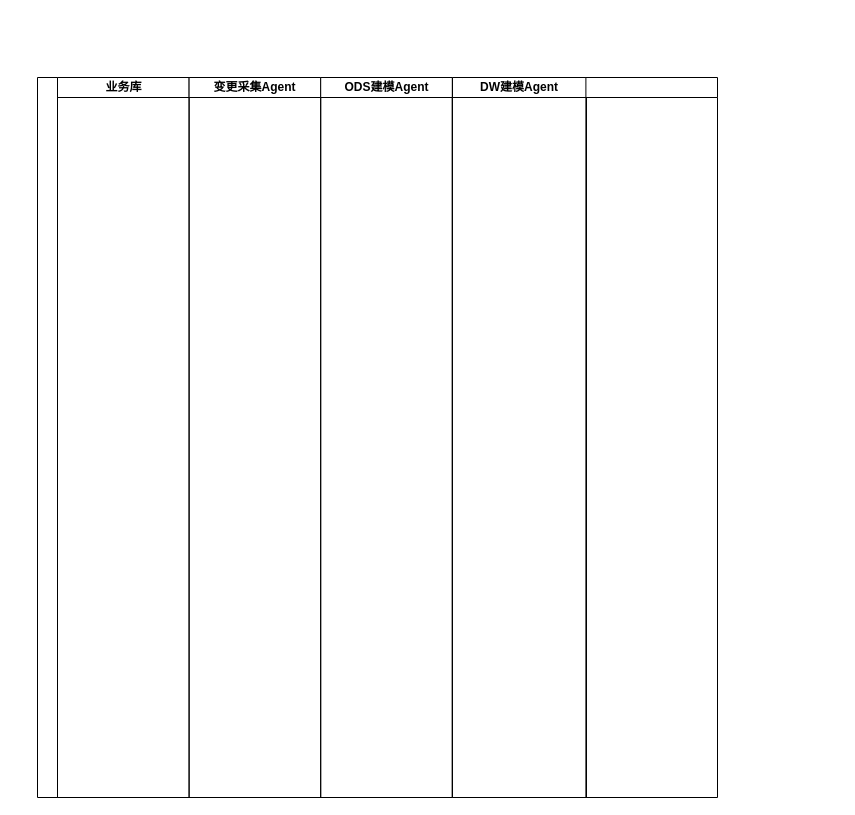
Earlier version of the draw.io diagram biz_flow/智能建模业务流程图.drawio (hlld3344/diagrams). Source tidied: cells renumbered, new cells numbered last; positions are measured from the earlier drawing's top-left corner, leaving out a move shared by most shapes. Both pictures are drawn from the tidied source at 100%, with x=0, y=0 at pixel (37, 77).
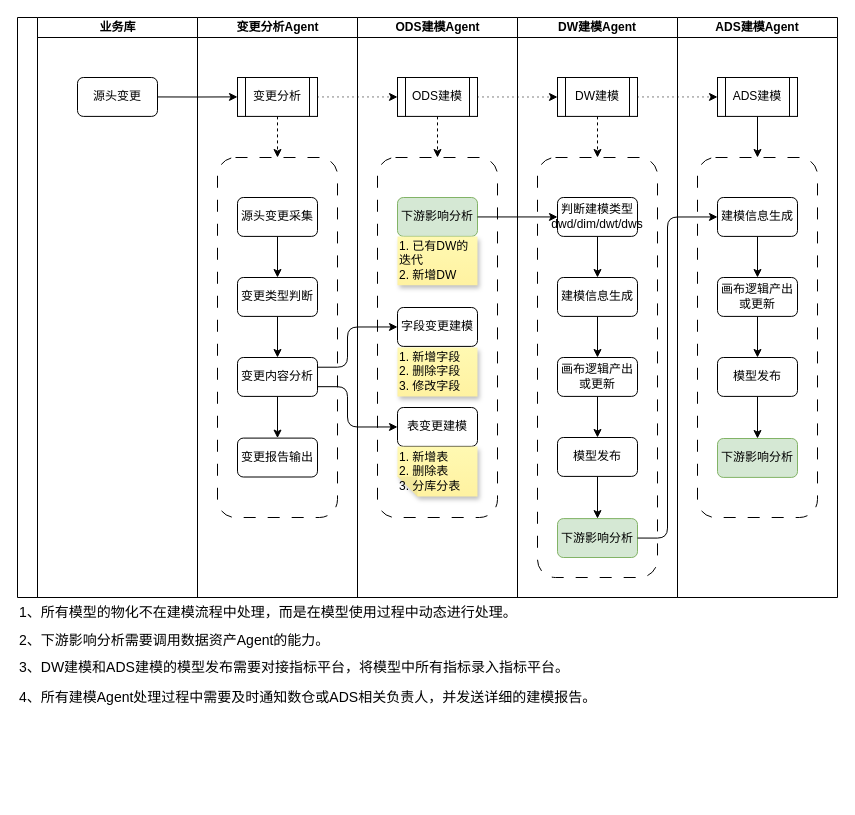
After the change.

Commit message:
更新智能建模业务流程图.drawio

The edit, as a diff of the source:
```diff
@@
+    <mxCell id="9" style="group;" parent="1" vertex="1">
+      <mxGeometry x="-20" y="-60" width="820" height="720" as="geometry" />
+    </mxCell>
-    <mxCell id="2" style="group;" parent="1" vertex="1">
-      <mxGeometry width="680" height="720" as="geometry" />
+    <mxCell id="2" style="group;" parent="9" vertex="1">
+      <mxGeometry width="820" height="720" as="geometry" />
     </mxCell>
     <mxCell id="3" style="swimlane;html=1;startSize=20;horizontal=0;whiteSpace=wrap;" parent="2" vertex="1">
-      <mxGeometry width="414.8" height="720" as="geometry" />
+      <mxGeometry width="500" height="580" as="geometry" />
     </mxCell>
     <mxCell id="4" value="业务库" style="swimlane;html=1;startSize=20;" parent="3" vertex="1">
-      <mxGeometry x="20" width="131.6" height="720" as="geometry" />
+      <mxGeometry x="20" width="160" height="580" as="geometry" />
     </mxCell>
-    <mxCell id="5" value="变更采集Agent" style="swimlane;html=1;startSize=20;" parent="3" vertex="1">
-      <mxGeometry x="151.6" width="131.6" height="720" as="geometry" />
+    <mxCell id="5" value="变更分析Agent" style="swimlane;html=1;startSize=20;" parent="3" vertex="1">
+      <mxGeometry x="180" width="160" height="580" as="geometry" />
     </mxCell>
+    <mxCell id="10" value="源头变更" style="rounded=1;whiteSpace=wrap;html=1;" parent="5" vertex="1">
+      <mxGeometry x="-120" y="60" width="80" height="38.9" as="geometry" />
+    </mxCell>
+    <mxCell id="11" style="edgeStyle=orthogonalEdgeStyle;rounded=0;jettySize=auto;html=1;exitX=1;exitY=0.5;exitDx=0;exitDy=0;entryX=0;entryY=0.5;entryDx=0;entryDy=0;" parent="5" edge="1" source="10">
+      <mxGeometry relative="1" as="geometry">
+        <mxPoint x="40" y="79.4" as="targetPoint" />
+      </mxGeometry>
+    </mxCell>
+    <mxCell id="12" style="edgeStyle=orthogonalEdgeStyle;rounded=0;jettySize=auto;html=1;exitX=0.5;exitY=1;exitDx=0;exitDy=0;entryX=0.5;entryY=0;entryDx=0;entryDy=0;dashed=1;" parent="5" edge="1" source="13" target="14">
+      <mxGeometry relative="1" as="geometry" />
+    </mxCell>
+    <mxCell id="13" value="变更分析" style="shape=process;whiteSpace=wrap;html=1;backgroundOutline=1;" parent="5" vertex="1">
+      <mxGeometry x="40" y="60" width="80" height="38.9" as="geometry" />
+    </mxCell>
+    <mxCell id="14" style="rounded=1;whiteSpace=wrap;html=1;dashed=1;dashPattern=12 12;" parent="5" vertex="1">
+      <mxGeometry x="20" y="140" width="120" height="360" as="geometry" />
+    </mxCell>
+    <mxCell id="15" style="edgeStyle=orthogonalEdgeStyle;rounded=0;jettySize=auto;html=1;exitX=0.5;exitY=1;exitDx=0;exitDy=0;entryX=0.5;entryY=0;entryDx=0;entryDy=0;" parent="5" edge="1" source="16" target="18">
+      <mxGeometry relative="1" as="geometry" />
+    </mxCell>
+    <mxCell id="16" value="源头变更采集" style="rounded=1;whiteSpace=wrap;html=1;" parent="5" vertex="1">
+      <mxGeometry x="40" y="180" width="80" height="38.9" as="geometry" />
+    </mxCell>
+    <mxCell id="17" style="edgeStyle=orthogonalEdgeStyle;rounded=0;jettySize=auto;html=1;exitX=0.5;exitY=1;exitDx=0;exitDy=0;entryX=0.5;entryY=0;entryDx=0;entryDy=0;" parent="5" edge="1" source="18" target="20">
+      <mxGeometry relative="1" as="geometry" />
+    </mxCell>
+    <mxCell id="18" value="变更类型判断" style="rounded=1;whiteSpace=wrap;html=1;" parent="5" vertex="1">
+      <mxGeometry x="40" y="260" width="80" height="38.9" as="geometry" />
+    </mxCell>
+    <mxCell id="19" style="edgeStyle=orthogonalEdgeStyle;rounded=0;jettySize=auto;html=1;exitX=0.5;exitY=1;exitDx=0;exitDy=0;entryX=0.5;entryY=0;entryDx=0;entryDy=0;" parent="5" edge="1" source="20" target="21">
+      <mxGeometry relative="1" as="geometry" />
+    </mxCell>
+    <mxCell id="20" value="变更内容分析" style="rounded=1;whiteSpace=wrap;html=1;" parent="5" vertex="1">
+      <mxGeometry x="40" y="340" width="80" height="38.9" as="geometry" />
+    </mxCell>
+    <mxCell id="21" value="变更报告输出" style="rounded=1;whiteSpace=wrap;html=1;" parent="5" vertex="1">
+      <mxGeometry x="40" y="420.6" width="80" height="38.9" as="geometry" />
+    </mxCell>
     <mxCell id="6" value="ODS建模Agent" style="swimlane;html=1;startSize=20;" parent="3" vertex="1">
-      <mxGeometry x="283.2" width="131.6" height="720" as="geometry" />
+      <mxGeometry x="340" width="160" height="580" as="geometry" />
     </mxCell>
+    <mxCell id="22" style="edgeStyle=orthogonalEdgeStyle;rounded=0;jettySize=auto;html=1;exitX=0.5;exitY=1;exitDx=0;exitDy=0;dashed=1;" parent="6" edge="1" source="23">
+      <mxGeometry relative="1" as="geometry">
+        <mxPoint x="80" y="140" as="targetPoint" />
+      </mxGeometry>
+    </mxCell>
+    <mxCell id="23" value="ODS建模" style="shape=process;whiteSpace=wrap;html=1;backgroundOutline=1;" parent="6" vertex="1">
+      <mxGeometry x="40" y="60" width="80" height="38.9" as="geometry" />
+    </mxCell>
+    <mxCell id="24" style="rounded=1;whiteSpace=wrap;html=1;dashed=1;dashPattern=12 12;" parent="6" vertex="1">
+      <mxGeometry x="20" y="140" width="120" height="360" as="geometry" />
+    </mxCell>
+    <mxCell id="25" value="字段变更建模" style="rounded=1;whiteSpace=wrap;html=1;" parent="6" vertex="1">
+      <mxGeometry x="40" y="290" width="80" height="38.9" as="geometry" />
+    </mxCell>
+    <mxCell id="26" value="表变更建模" style="rounded=1;whiteSpace=wrap;html=1;" parent="6" vertex="1">
+      <mxGeometry x="40" y="390" width="80" height="38.9" as="geometry" />
+    </mxCell>
+    <mxCell id="27" value="1. 新增表&lt;div&gt;2. 删除表&lt;/div&gt;&lt;div&gt;3. 分库分表&lt;/div&gt;" style="shape=note;whiteSpace=wrap;html=1;backgroundOutline=1;fontColor=#000000;darkOpacity=0.05;fillColor=#FFF9B2;strokeColor=none;fillStyle=solid;direction=west;gradientDirection=north;gradientColor=#FFF2A1;shadow=1;size=20;align=left;" parent="6" vertex="1">
+      <mxGeometry x="40" y="428.9" width="80" height="50" as="geometry" />
+    </mxCell>
+    <mxCell id="28" value="1. 新增字段&lt;div&gt;2. 删除字段&lt;/div&gt;&lt;div&gt;3. 修改字段&lt;/div&gt;" style="shape=note;whiteSpace=wrap;html=1;backgroundOutline=1;fontColor=#000000;darkOpacity=0.05;fillColor=#FFF9B2;strokeColor=none;fillStyle=solid;direction=west;gradientDirection=north;gradientColor=#FFF2A1;shadow=1;size=0;align=left;" parent="6" vertex="1">
+      <mxGeometry x="40" y="330" width="80" height="48.9" as="geometry" />
+    </mxCell>
+    <mxCell id="29" value="下游影响分析" style="rounded=1;whiteSpace=wrap;html=1;fillColor=#d5e8d4;strokeColor=#82b366;" parent="6" vertex="1">
+      <mxGeometry x="40" y="180" width="80" height="38.9" as="geometry" />
+    </mxCell>
+    <mxCell id="30" value="1. 已有DW的迭代&lt;div&gt;2. 新增DW&lt;/div&gt;" style="shape=note;whiteSpace=wrap;html=1;backgroundOutline=1;fontColor=#000000;darkOpacity=0.05;fillColor=#FFF9B2;strokeColor=none;fillStyle=solid;direction=west;gradientDirection=north;gradientColor=#FFF2A1;shadow=1;size=0;align=left;" parent="6" vertex="1">
+      <mxGeometry x="40" y="218.9" width="80" height="48.9" as="geometry" />
+    </mxCell>
+    <mxCell id="31" style="edgeStyle=orthogonalEdgeStyle;rounded=0;jettySize=auto;html=1;exitX=1;exitY=0.5;exitDx=0;exitDy=0;entryX=0;entryY=0.5;entryDx=0;entryDy=0;dashed=1;dashPattern=1 4;strokeColor=default;" parent="3" edge="1" source="13" target="23">
+      <mxGeometry relative="1" as="geometry" />
+    </mxCell>
+    <mxCell id="32" style="edgeStyle=orthogonalEdgeStyle;rounded=1;jettySize=auto;html=1;exitX=1;exitY=0.25;exitDx=0;exitDy=0;entryX=0;entryY=0.5;entryDx=0;entryDy=0;curved=0;" parent="3" edge="1" source="20" target="25">
+      <mxGeometry relative="1" as="geometry">
+        <Array as="points">
+          <mxPoint x="330" y="350" />
+          <mxPoint x="330" y="309" />
+        </Array>
+      </mxGeometry>
+    </mxCell>
+    <mxCell id="33" style="edgeStyle=orthogonalEdgeStyle;rounded=1;jettySize=auto;html=1;exitX=1;exitY=0.75;exitDx=0;exitDy=0;entryX=0;entryY=0.5;entryDx=0;entryDy=0;curved=0;" parent="3" edge="1" source="20" target="26">
+      <mxGeometry relative="1" as="geometry">
+        <Array as="points">
+          <mxPoint x="330" y="369" />
+          <mxPoint x="330" y="409" />
+        </Array>
+      </mxGeometry>
+    </mxCell>
     <mxCell id="7" value="DW建模Agent" style="swimlane;startSize=20;whiteSpace=wrap;html=1;" parent="2" vertex="1">
-      <mxGeometry x="415" width="134" height="720" as="geometry" />
+      <mxGeometry x="500" width="160" height="580" as="geometry" />
     </mxCell>
+    <mxCell id="34" style="edgeStyle=orthogonalEdgeStyle;rounded=0;jettySize=auto;html=1;exitX=0.5;exitY=1;exitDx=0;exitDy=0;dashed=1;" parent="7" edge="1" source="35" target="36">
+      <mxGeometry relative="1" as="geometry" />
+    </mxCell>
+    <mxCell id="35" value="DW建模" style="shape=process;whiteSpace=wrap;html=1;backgroundOutline=1;" parent="7" vertex="1">
+      <mxGeometry x="40" y="60" width="80" height="38.9" as="geometry" />
+    </mxCell>
+    <mxCell id="36" style="rounded=1;whiteSpace=wrap;html=1;dashed=1;dashPattern=12 12;" parent="7" vertex="1">
+      <mxGeometry x="20" y="140" width="120" height="420" as="geometry" />
+    </mxCell>
+    <mxCell id="37" style="edgeStyle=orthogonalEdgeStyle;rounded=0;jettySize=auto;html=1;exitX=0.5;exitY=1;exitDx=0;exitDy=0;entryX=0.5;entryY=0;entryDx=0;entryDy=0;" parent="7" edge="1" source="38" target="40">
+      <mxGeometry relative="1" as="geometry" />
+    </mxCell>
+    <mxCell id="38" value="判断建模类型&lt;div&gt;dwd/dim/dwt/dws&lt;/div&gt;" style="rounded=1;whiteSpace=wrap;html=1;" parent="7" vertex="1">
+      <mxGeometry x="40" y="180" width="80" height="38.9" as="geometry" />
+    </mxCell>
+    <mxCell id="39" style="edgeStyle=orthogonalEdgeStyle;rounded=0;jettySize=auto;html=1;exitX=0.5;exitY=1;exitDx=0;exitDy=0;" parent="7" edge="1" source="40" target="42">
+      <mxGeometry relative="1" as="geometry" />
+    </mxCell>
+    <mxCell id="40" value="建模信息生成" style="rounded=1;whiteSpace=wrap;html=1;" parent="7" vertex="1">
+      <mxGeometry x="40" y="260" width="80" height="38.9" as="geometry" />
+    </mxCell>
+    <mxCell id="41" style="edgeStyle=orthogonalEdgeStyle;rounded=0;jettySize=auto;html=1;exitX=0.5;exitY=1;exitDx=0;exitDy=0;entryX=0.5;entryY=0;entryDx=0;entryDy=0;" parent="7" edge="1" source="42" target="44">
+      <mxGeometry relative="1" as="geometry" />
+    </mxCell>
+    <mxCell id="42" value="画布逻辑产出或更新" style="rounded=1;whiteSpace=wrap;html=1;" parent="7" vertex="1">
+      <mxGeometry x="40" y="340" width="80" height="38.9" as="geometry" />
+    </mxCell>
+    <mxCell id="43" style="edgeStyle=orthogonalEdgeStyle;rounded=0;jettySize=auto;html=1;exitX=0.5;exitY=1;exitDx=0;exitDy=0;entryX=0.5;entryY=0;entryDx=0;entryDy=0;" parent="7" edge="1" source="44" target="45">
+      <mxGeometry relative="1" as="geometry" />
+    </mxCell>
+    <mxCell id="44" value="模型发布" style="rounded=1;whiteSpace=wrap;html=1;" parent="7" vertex="1">
+      <mxGeometry x="40" y="420" width="80" height="38.9" as="geometry" />
+    </mxCell>
+    <mxCell id="45" value="下游影响分析" style="rounded=1;whiteSpace=wrap;html=1;fillColor=#d5e8d4;strokeColor=#82b366;" parent="7" vertex="1">
+      <mxGeometry x="40" y="501.1" width="80" height="38.9" as="geometry" />
+    </mxCell>
+    <mxCell id="46" style="edgeStyle=orthogonalEdgeStyle;rounded=0;jettySize=auto;html=1;exitX=1;exitY=0.5;exitDx=0;exitDy=0;dashed=1;dashPattern=1 4;" parent="2" edge="1" source="23" target="35">
+      <mxGeometry relative="1" as="geometry" />
+    </mxCell>
+    <mxCell id="47" style="edgeStyle=orthogonalEdgeStyle;rounded=0;jettySize=auto;html=1;exitX=1;exitY=0.5;exitDx=0;exitDy=0;entryX=0;entryY=0.5;entryDx=0;entryDy=0;" parent="2" edge="1" source="29" target="38">
+      <mxGeometry relative="1" as="geometry" />
+    </mxCell>
+    <mxCell id="48" value="&lt;div style=&quot;line-height: 40%;&quot;&gt;&lt;h1 style=&quot;margin-top: 0px; line-height: 40%;&quot;&gt;&lt;span style=&quot;font-weight: 400;&quot;&gt;&lt;font style=&quot;font-size: 14px; line-height: 40%;&quot;&gt;1、所有模型的物化不在建模流程中处理，而是在模型使用过程中动态进行处理。&lt;/font&gt;&lt;/span&gt;&lt;/h1&gt;&lt;div&gt;&lt;h1 style=&quot;margin-top: 0px; line-height: 9.6px;&quot;&gt;&lt;span style=&quot;font-weight: 400;&quot;&gt;&lt;font style=&quot;font-size: 14px; line-height: 5.6px;&quot;&gt;2、下游影响分析需要调用数据资产Agent的能力。&lt;/font&gt;&lt;/span&gt;&lt;/h1&gt;&lt;h1 style=&quot;margin-top: 0px; line-height: 9.6px;&quot;&gt;&lt;span style=&quot;background-color: transparent; color: light-dark(rgb(0, 0, 0), rgb(255, 255, 255)); font-weight: normal; font-size: 14px;&quot;&gt;3、&lt;/span&gt;&lt;span style=&quot;background-color: transparent; color: light-dark(rgb(0, 0, 0), rgb(255, 255, 255)); font-weight: normal; font-size: 14px;&quot;&gt;DW建模和ADS建模的模型发布需要对接指标平台，将模型中所有指标录入指标平台。&lt;/span&gt;&lt;/h1&gt;&lt;h1 style=&quot;margin-top: 0px; line-height: 9.6px;&quot;&gt;&lt;span style=&quot;background-color: transparent; color: light-dark(rgb(0, 0, 0), rgb(255, 255, 255)); font-size: 14px; font-weight: normal;&quot;&gt;4、所有建模Agent处理过程中需要及时通知数仓或ADS相关负责人，并发送详细的建模报告。&lt;/span&gt;&lt;/h1&gt;&lt;/div&gt;&lt;div&gt;&lt;br&gt;&lt;/div&gt;&lt;/div&gt;" style="text;html=1;whiteSpace=wrap;overflow=hidden;rounded=0;" parent="2" vertex="1">
+      <mxGeometry y="580" width="820" height="120" as="geometry" />
+    </mxCell>
+    <mxCell id="49" style="rounded=1;whiteSpace=wrap;html=1;dashed=1;dashPattern=12 12;" parent="2" vertex="1">
+      <mxGeometry x="680" y="140" width="120" height="360" as="geometry" />
+    </mxCell>
+    <mxCell id="50" style="edgeStyle=orthogonalEdgeStyle;rounded=0;jettySize=auto;html=1;exitX=0.5;exitY=1;exitDx=0;exitDy=0;" parent="2" edge="1" source="51" target="54">
+      <mxGeometry relative="1" as="geometry" />
+    </mxCell>
+    <mxCell id="51" value="建模信息生成" style="rounded=1;whiteSpace=wrap;html=1;" parent="2" vertex="1">
+      <mxGeometry x="700" y="180" width="80" height="38.9" as="geometry" />
+    </mxCell>
+    <mxCell id="52" style="edgeStyle=orthogonalEdgeStyle;rounded=1;jettySize=auto;html=1;exitX=1;exitY=0.5;exitDx=0;exitDy=0;entryX=0;entryY=0.5;entryDx=0;entryDy=0;curved=0;" parent="2" edge="1" source="45" target="51">
+      <mxGeometry relative="1" as="geometry">
+        <Array as="points">
+          <mxPoint x="650" y="521" />
+          <mxPoint x="650" y="199" />
+        </Array>
+      </mxGeometry>
+    </mxCell>
+    <mxCell id="53" style="edgeStyle=orthogonalEdgeStyle;rounded=0;jettySize=auto;html=1;exitX=0.5;exitY=1;exitDx=0;exitDy=0;" parent="2" edge="1" source="54" target="56">
+      <mxGeometry relative="1" as="geometry" />
+    </mxCell>
+    <mxCell id="54" value="画布逻辑产出或更新" style="rounded=1;whiteSpace=wrap;html=1;" parent="2" vertex="1">
+      <mxGeometry x="700" y="260" width="80" height="38.9" as="geometry" />
+    </mxCell>
+    <mxCell id="55" style="edgeStyle=orthogonalEdgeStyle;rounded=0;jettySize=auto;html=1;exitX=0.5;exitY=1;exitDx=0;exitDy=0;" parent="2" edge="1" source="56" target="57">
+      <mxGeometry relative="1" as="geometry" />
+    </mxCell>
+    <mxCell id="56" value="模型发布" style="rounded=1;whiteSpace=wrap;html=1;" parent="2" vertex="1">
+      <mxGeometry x="700" y="340" width="80" height="38.9" as="geometry" />
+    </mxCell>
+    <mxCell id="57" value="下游影响分析" style="rounded=1;whiteSpace=wrap;html=1;fillColor=#d5e8d4;strokeColor=#82b366;" parent="2" vertex="1">
+      <mxGeometry x="700" y="421" width="80" height="38.9" as="geometry" />
+    </mxCell>
-    <mxCell id="8" style="swimlane;startSize=20;whiteSpace=wrap;html=1;" parent="2" vertex="1">
-      <mxGeometry x="548.4" width="131.6" height="720" as="geometry" />
+    <mxCell id="8" value="ADS建模Agent" style="swimlane;startSize=20;whiteSpace=wrap;html=1;" parent="9" vertex="1">
+      <mxGeometry x="660" width="160" height="580" as="geometry" />
     </mxCell>
+    <mxCell id="58" style="edgeStyle=orthogonalEdgeStyle;rounded=0;jettySize=auto;html=1;exitX=0.5;exitY=1;exitDx=0;exitDy=0;" parent="8" edge="1" source="59">
+      <mxGeometry relative="1" as="geometry">
+        <mxPoint x="80" y="140" as="targetPoint" />
+      </mxGeometry>
+    </mxCell>
+    <mxCell id="59" value="ADS建模" style="shape=process;whiteSpace=wrap;html=1;backgroundOutline=1;" parent="8" vertex="1">
+      <mxGeometry x="40" y="60" width="80" height="38.9" as="geometry" />
+    </mxCell>
+    <mxCell id="60" style="edgeStyle=orthogonalEdgeStyle;rounded=0;jettySize=auto;html=1;exitX=1;exitY=0.5;exitDx=0;exitDy=0;entryX=0;entryY=0.5;entryDx=0;entryDy=0;dashed=1;dashPattern=1 4;" parent="9" edge="1" source="35" target="59">
+      <mxGeometry relative="1" as="geometry" />
+    </mxCell>
```
